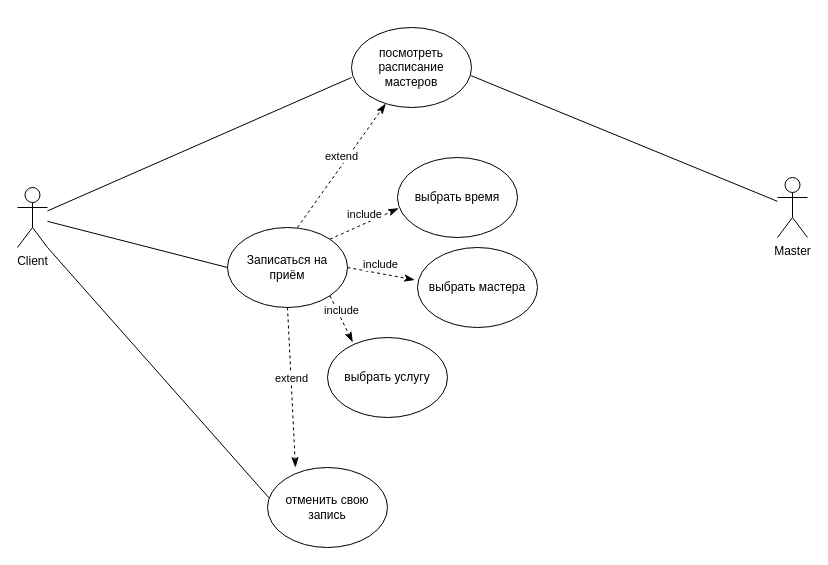
This is ДВИ.drawio from Artvell3000/umlLab2, a draw.io file, before an edit. Source tidied: cells renumbered, new cells numbered last; positions are measured from the earlier drawing's top-left corner, leaving out a move shared by most shapes. Both pictures are drawn from the tidied source at 100%, with x=0, y=0 at pixel (17, 27).
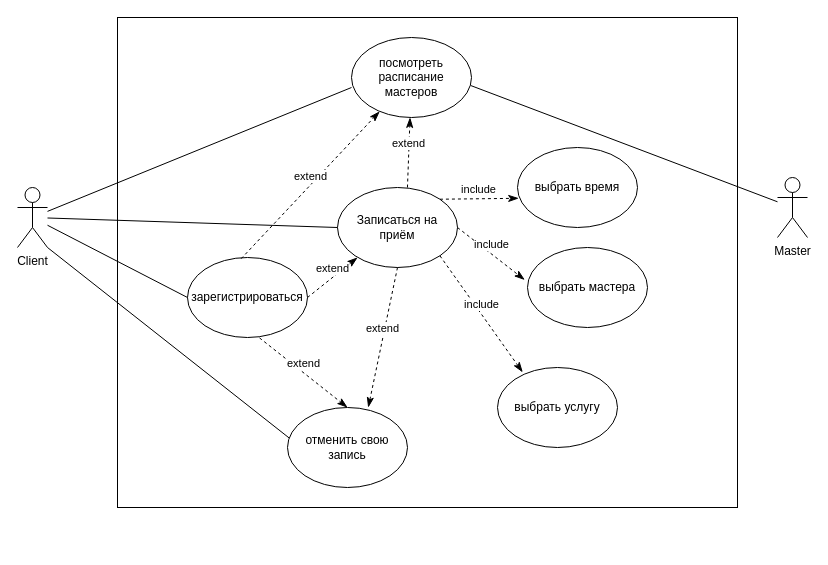
Above is the later version.

Unchanged cells that the change refers to:
```xml
<mxCell id="2" value="Client" style="shape=umlActor;verticalLabelPosition=bottom;verticalAlign=top;html=1;outlineConnect=0;" parent="1" vertex="1">
  <mxGeometry y="160" width="30" height="60" as="geometry" />
</mxCell>
```

What changed in the source:
```diff
@@
+    <mxCell id="19" style="rounded=0;whiteSpace=wrap;html=1;" parent="1" vertex="1">
+      <mxGeometry x="100" y="-10" width="620" height="490" as="geometry" />
+    </mxCell>
@@
     <mxCell id="4" value="Записаться на приём" style="ellipse;whiteSpace=wrap;html=1;" parent="1" vertex="1">
-      <mxGeometry x="210" y="200" width="120" height="80" as="geometry" />
+      <mxGeometry x="320" y="160" width="120" height="80" as="geometry" />
     </mxCell>
     <mxCell id="5" value="посмотреть расписание мастеров" style="ellipse;whiteSpace=wrap;html=1;" parent="1" vertex="1">
-      <mxGeometry x="334" width="120" height="80" as="geometry" />
+      <mxGeometry x="334" y="10" width="120" height="80" as="geometry" />
     </mxCell>
@@
     <mxCell id="9" value="выбрать время" style="ellipse;whiteSpace=wrap;html=1;" parent="1" vertex="1">
-      <mxGeometry x="380" y="130" width="120" height="80" as="geometry" />
+      <mxGeometry x="500" y="120" width="120" height="80" as="geometry" />
     </mxCell>
     <mxCell id="10" value="выбрать услугу" style="ellipse;whiteSpace=wrap;html=1;" parent="1" vertex="1">
-      <mxGeometry x="310" y="310" width="120" height="80" as="geometry" />
+      <mxGeometry x="480" y="340" width="120" height="80" as="geometry" />
     </mxCell>
     <mxCell id="11" value="выбрать мастера" style="ellipse;whiteSpace=wrap;html=1;" parent="1" vertex="1">
-      <mxGeometry x="400" y="220" width="120" height="80" as="geometry" />
+      <mxGeometry x="510" y="220" width="120" height="80" as="geometry" />
     </mxCell>
@@
     <mxCell id="16" value="отменить свою запись" style="ellipse;whiteSpace=wrap;html=1;" parent="1" vertex="1">
-      <mxGeometry x="250" y="440" width="120" height="80" as="geometry" />
+      <mxGeometry x="270" y="380" width="120" height="80" as="geometry" />
     </mxCell>
@@
-    <mxCell id="18" value="extend" style="html=1;verticalAlign=bottom;endArrow=classicThin;dashed=1;endSize=8;curved=0;rounded=0;exitX=0.5;exitY=1;exitDx=0;exitDy=0;endFill=1;entryX=0.233;entryY=0;entryDx=0;entryDy=0;entryPerimeter=0;" parent="1" edge="1" source="4" target="16">
+    <mxCell id="18" value="extend" style="html=1;verticalAlign=bottom;endArrow=classicThin;dashed=1;endSize=8;curved=0;rounded=0;exitX=0.5;exitY=1;exitDx=0;exitDy=0;endFill=1;entryX=0.673;entryY=0;entryDx=0;entryDy=0;entryPerimeter=0;" parent="1" edge="1" source="4" target="16">
       <mxGeometry relative="1" as="geometry" />
     </mxCell>
+    <mxCell id="20" value="зарегистрироваться" style="ellipse;whiteSpace=wrap;html=1;" parent="1" vertex="1">
+      <mxGeometry x="170" y="230" width="120" height="80" as="geometry" />
+    </mxCell>
+    <mxCell id="21" style="endArrow=none;html=1;rounded=0;entryX=0;entryY=0.5;entryDx=0;entryDy=0;" parent="1" edge="1" source="2" target="20">
+      <mxGeometry relative="1" as="geometry" />
+    </mxCell>
+    <mxCell id="22" value="extend" style="html=1;verticalAlign=bottom;endArrow=classicThin;dashed=1;endSize=8;curved=0;rounded=0;exitX=0.447;exitY=0.015;exitDx=0;exitDy=0;endFill=1;exitPerimeter=0;" parent="1" edge="1" source="20" target="5">
+      <mxGeometry relative="1" as="geometry" />
+    </mxCell>
+    <mxCell id="23" value="extend" style="html=1;verticalAlign=bottom;endArrow=classicThin;dashed=1;endSize=8;curved=0;rounded=0;exitX=0.6;exitY=1.005;exitDx=0;exitDy=0;endFill=1;exitPerimeter=0;entryX=0.5;entryY=0;entryDx=0;entryDy=0;" parent="1" edge="1" source="20" target="16">
+      <mxGeometry relative="1" as="geometry" />
+    </mxCell>
+    <mxCell id="24" value="extend" style="html=1;verticalAlign=bottom;endArrow=classicThin;dashed=1;endSize=8;curved=0;rounded=0;exitX=1;exitY=0.5;exitDx=0;exitDy=0;endFill=1;entryX=0.167;entryY=0.875;entryDx=0;entryDy=0;entryPerimeter=0;" parent="1" edge="1" source="20" target="4">
+      <mxGeometry relative="1" as="geometry" />
+    </mxCell>
```
